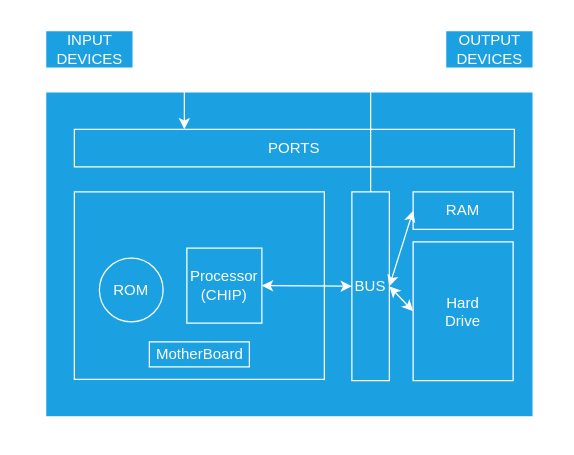
Above: C#.NET/101_computer_work2.drawio in uwspstar/FullStack (draw.io), before the change. Source tidied: cells renumbered, new cells numbered last; positions are measured from the earlier drawing's top-left corner, leaving out a move shared by most shapes. Both pictures are drawn from the tidied source at 125%, with x=0, y=0 at pixel (45, 30).
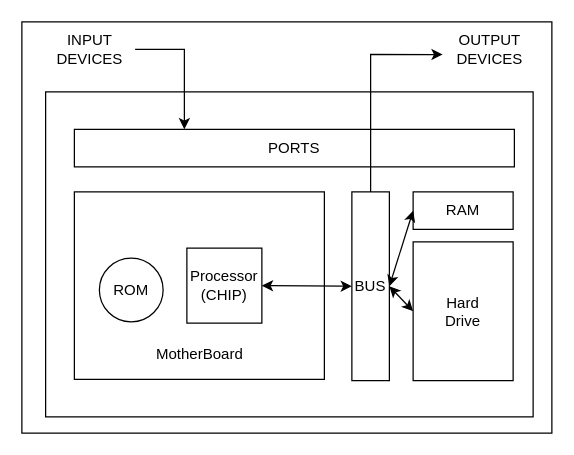
The same page after the edit.

What changed in the source:
```diff
@@
+    <mxCell id="18" style="rounded=0;whiteSpace=wrap;html=1;" parent="1" vertex="1">
+      <mxGeometry x="-19" y="-7" width="424" height="329" as="geometry" />
+    </mxCell>
-    <mxCell id="2" style="rounded=0;whiteSpace=wrap;html=1;fillColor=#1ba1e2;fontColor=#ffffff;strokeColor=#FFFFFF;" parent="1" vertex="1">
+    <mxCell id="2" style="rounded=0;whiteSpace=wrap;html=1;" parent="1" vertex="1">
       <mxGeometry y="49" width="390" height="260" as="geometry" />
     </mxCell>
-    <mxCell id="3" value="RAM" style="rounded=0;whiteSpace=wrap;html=1;fillColor=#1ba1e2;fontColor=#ffffff;strokeColor=#FFFFFF;" parent="1" vertex="1">
+    <mxCell id="3" value="RAM" style="rounded=0;whiteSpace=wrap;html=1;" parent="1" vertex="1">
       <mxGeometry x="294" y="129" width="80" height="30" as="geometry" />
     </mxCell>
-    <mxCell id="4" value="Hard&lt;br&gt;Drive" style="rounded=0;whiteSpace=wrap;html=1;fillColor=#1ba1e2;fontColor=#ffffff;strokeColor=#FFFFFF;" parent="1" vertex="1">
+    <mxCell id="4" value="Hard&lt;br&gt;Drive" style="rounded=0;whiteSpace=wrap;html=1;" parent="1" vertex="1">
       <mxGeometry x="294" y="169" width="80" height="111" as="geometry" />
     </mxCell>
-    <mxCell id="5" style="rounded=0;whiteSpace=wrap;html=1;fillColor=#1ba1e2;fontColor=#ffffff;strokeColor=#FFFFFF;" parent="1" vertex="1">
+    <mxCell id="5" style="rounded=0;whiteSpace=wrap;html=1;" parent="1" vertex="1">
       <mxGeometry x="23" y="129" width="200" height="150" as="geometry" />
     </mxCell>
-    <mxCell id="6" value="ROM" style="ellipse;whiteSpace=wrap;html=1;rounded=0;fillColor=#1ba1e2;fontColor=#ffffff;strokeColor=#FFFFFF;" parent="1" vertex="1">
+    <mxCell id="6" value="ROM" style="ellipse;whiteSpace=wrap;html=1;rounded=0;" parent="1" vertex="1">
       <mxGeometry x="43" y="182" width="51" height="51" as="geometry" />
     </mxCell>
-    <mxCell id="7" value="Processor&lt;br&gt;(CHIP)" style="whiteSpace=wrap;html=1;rounded=0;fillColor=#1ba1e2;fontColor=#ffffff;strokeColor=#FFFFFF;" parent="1" vertex="1">
+    <mxCell id="7" value="Processor&lt;br&gt;(CHIP)" style="whiteSpace=wrap;html=1;rounded=0;" parent="1" vertex="1">
       <mxGeometry x="113" y="174" width="60" height="60" as="geometry" />
     </mxCell>
-    <mxCell id="8" value="MotherBoard" style="text;html=1;align=center;verticalAlign=middle;rounded=0;fillColor=#1ba1e2;fontColor=#ffffff;strokeColor=#FFFFFF;" parent="1" vertex="1">
+    <mxCell id="8" value="MotherBoard" style="text;html=1;align=center;verticalAlign=middle;rounded=0;" parent="1" vertex="1">
       <mxGeometry x="83" y="249" width="80" height="20" as="geometry" />
     </mxCell>
-    <mxCell id="9" value="BUS" style="rounded=0;whiteSpace=wrap;html=1;fillColor=#1ba1e2;fontColor=#ffffff;strokeColor=#FFFFFF;" parent="1" vertex="1">
+    <mxCell id="9" value="BUS" style="rounded=0;whiteSpace=wrap;html=1;" parent="1" vertex="1">
       <mxGeometry x="245" y="129" width="30" height="151" as="geometry" />
     </mxCell>
-    <mxCell id="10" value="PORTS" style="rounded=0;whiteSpace=wrap;html=1;fillColor=#1ba1e2;fontColor=#ffffff;strokeColor=#FFFFFF;" parent="1" vertex="1">
+    <mxCell id="10" value="PORTS" style="rounded=0;whiteSpace=wrap;html=1;" parent="1" vertex="1">
       <mxGeometry x="23" y="79" width="352" height="30" as="geometry" />
     </mxCell>
-    <mxCell id="11" value="INPUT&lt;br&gt;DEVICES" style="text;html=1;align=center;verticalAlign=middle;points=[];rounded=0;fillColor=#1ba1e2;fontColor=#ffffff;strokeColor=#FFFFFF;" parent="1" vertex="1">
+    <mxCell id="11" value="INPUT&lt;br&gt;DEVICES" style="text;html=1;align=center;verticalAlign=middle;points=[];rounded=0;" parent="1" vertex="1">
       <mxGeometry width="70" height="30" as="geometry" />
     </mxCell>
-    <mxCell id="12" value="OUTPUT&lt;br&gt;DEVICES" style="text;html=1;align=center;verticalAlign=middle;points=[];rounded=0;fillColor=#1ba1e2;fontColor=#ffffff;strokeColor=#FFFFFF;" parent="1" vertex="1">
+    <mxCell id="12" value="OUTPUT&lt;br&gt;DEVICES" style="text;html=1;align=center;verticalAlign=middle;points=[];rounded=0;" parent="1" vertex="1">
       <mxGeometry x="320" width="70" height="30" as="geometry" />
     </mxCell>
-    <mxCell id="13" style="endArrow=classic;html=1;exitX=1.023;exitY=0.503;exitDx=0;exitDy=0;exitPerimeter=0;entryX=0.25;entryY=0;entryDx=0;entryDy=0;fontColor=default;fillColor=#1ba1e2;strokeColor=#FFFFFF;rounded=0;" parent="1" edge="1" source="11" target="10">
+    <mxCell id="13" style="endArrow=classic;html=1;exitX=1.023;exitY=0.503;exitDx=0;exitDy=0;exitPerimeter=0;entryX=0.25;entryY=0;entryDx=0;entryDy=0;fontColor=default;rounded=0;" parent="1" edge="1" source="11" target="10">
       <mxGeometry relative="1" as="geometry">
         <Array as="points">
           <mxPoint x="111" y="15" />
         </Array>
       </mxGeometry>
     </mxCell>
-    <mxCell id="14" style="endArrow=classic;html=1;entryX=-0.034;entryY=0.637;entryDx=0;entryDy=0;entryPerimeter=0;exitX=0.5;exitY=0;exitDx=0;exitDy=0;fontColor=default;fillColor=#1ba1e2;strokeColor=#FFFFFF;rounded=0;" parent="1" edge="1" source="9" target="12">
+    <mxCell id="14" style="endArrow=classic;html=1;entryX=-0.034;entryY=0.637;entryDx=0;entryDy=0;entryPerimeter=0;exitX=0.5;exitY=0;exitDx=0;exitDy=0;fontColor=default;rounded=0;" parent="1" edge="1" source="9" target="12">
       <mxGeometry relative="1" as="geometry">
         <Array as="points">
           <mxPoint x="260" y="19" />
         </Array>
       </mxGeometry>
     </mxCell>
-    <mxCell id="15" style="endArrow=classic;startArrow=classic;html=1;entryX=0;entryY=0.5;entryDx=0;entryDy=0;exitX=1;exitY=0.5;exitDx=0;exitDy=0;fontColor=default;fillColor=#1ba1e2;strokeColor=#FFFFFF;rounded=0;" parent="1" edge="1" source="7" target="9">
+    <mxCell id="15" style="endArrow=classic;startArrow=classic;html=1;entryX=0;entryY=0.5;entryDx=0;entryDy=0;exitX=1;exitY=0.5;exitDx=0;exitDy=0;fontColor=default;rounded=0;" parent="1" edge="1" source="7" target="9">
       <mxGeometry relative="1" as="geometry" />
     </mxCell>
-    <mxCell id="16" style="endArrow=classic;startArrow=classic;html=1;exitX=1;exitY=0.5;exitDx=0;exitDy=0;entryX=0;entryY=0.5;entryDx=0;entryDy=0;fontColor=default;fillColor=#1ba1e2;strokeColor=#FFFFFF;rounded=0;" parent="1" edge="1" source="9" target="3">
+    <mxCell id="16" style="endArrow=classic;startArrow=classic;html=1;exitX=1;exitY=0.5;exitDx=0;exitDy=0;entryX=0;entryY=0.5;entryDx=0;entryDy=0;fontColor=default;rounded=0;" parent="1" edge="1" source="9" target="3">
       <mxGeometry relative="1" as="geometry" />
     </mxCell>
-    <mxCell id="17" style="endArrow=classic;startArrow=classic;html=1;exitX=1;exitY=0.5;exitDx=0;exitDy=0;entryX=0;entryY=0.5;entryDx=0;entryDy=0;fontColor=default;fillColor=#1ba1e2;strokeColor=#FFFFFF;rounded=0;" parent="1" edge="1" source="9" target="4">
+    <mxCell id="17" style="endArrow=classic;startArrow=classic;html=1;exitX=1;exitY=0.5;exitDx=0;exitDy=0;entryX=0;entryY=0.5;entryDx=0;entryDy=0;fontColor=default;rounded=0;" parent="1" edge="1" source="9" target="4">
       <mxGeometry relative="1" as="geometry" />
     </mxCell>
```
